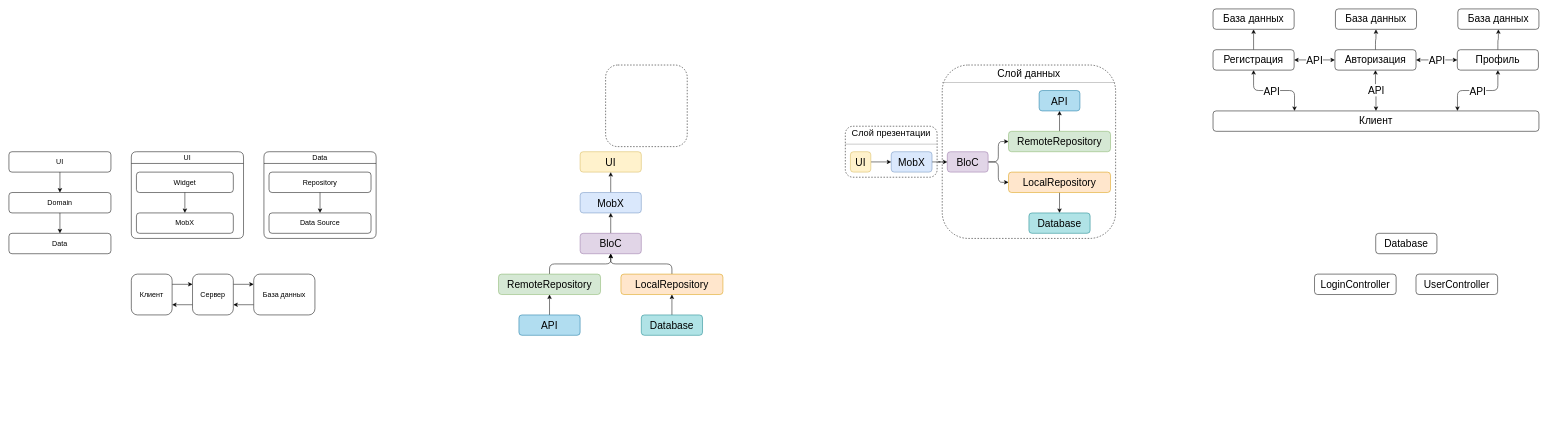
Above: thesis.drawio in ShiryaevNikolay/diagrams (draw.io), before the change. Source tidied: cells renumbered, new cells numbered last; positions are measured from the earlier drawing's top-left corner, leaving out a move shared by most shapes. Both pictures are drawn from the tidied source at 51%, with x=0, y=0 at pixel (9, 9).
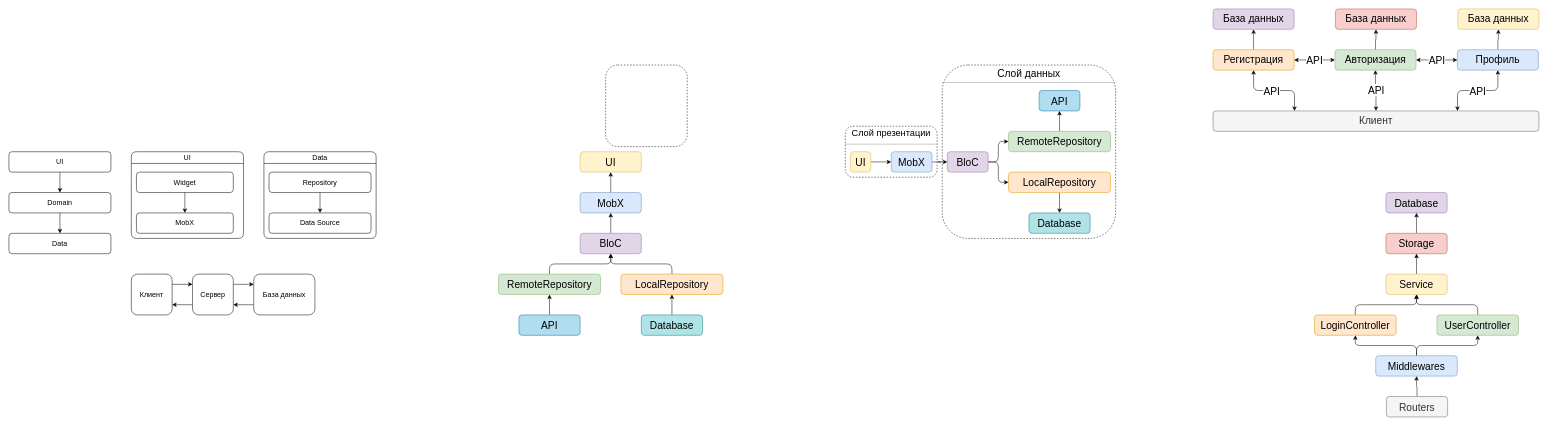
The same diagram, later.

What changed in the source:
```diff
@@
-    <mxCell id="55" value="&lt;font style=&quot;font-size: 20px;&quot;&gt;Регистрация&lt;/font&gt;" style="rounded=1;whiteSpace=wrap;html=1;fontSize=18;" parent="1" vertex="1">
+    <mxCell id="55" value="&lt;font style=&quot;font-size: 20px;&quot;&gt;Регистрация&lt;/font&gt;" style="rounded=1;whiteSpace=wrap;html=1;fontSize=18;fillColor=#ffe6cc;strokeColor=#d79b00;" parent="1" vertex="1">
       <mxGeometry x="2361" y="80" width="159" height="40" as="geometry" />
     </mxCell>
@@
-    <mxCell id="61" value="&lt;font style=&quot;font-size: 20px;&quot;&gt;Авторизация&lt;/font&gt;" style="rounded=1;whiteSpace=wrap;html=1;fontSize=18;" parent="1" vertex="1">
+    <mxCell id="61" value="&lt;font style=&quot;font-size: 20px;&quot;&gt;Авторизация&lt;/font&gt;" style="rounded=1;whiteSpace=wrap;html=1;fontSize=18;fillColor=#d5e8d4;strokeColor=#82b366;" parent="1" vertex="1">
       <mxGeometry x="2600" y="80" width="159" height="40" as="geometry" />
     </mxCell>
@@
-    <mxCell id="65" value="&lt;font style=&quot;font-size: 20px;&quot;&gt;Профиль&lt;/font&gt;" style="rounded=1;whiteSpace=wrap;html=1;fontSize=18;" parent="1" vertex="1">
+    <mxCell id="65" value="&lt;font style=&quot;font-size: 20px;&quot;&gt;Профиль&lt;/font&gt;" style="rounded=1;whiteSpace=wrap;html=1;fontSize=18;fillColor=#dae8fc;strokeColor=#6c8ebf;" parent="1" vertex="1">
       <mxGeometry x="2840" y="80" width="159" height="40" as="geometry" />
     </mxCell>
-    <mxCell id="66" value="&lt;font style=&quot;font-size: 20px;&quot;&gt;База данных&lt;/font&gt;" style="rounded=1;whiteSpace=wrap;html=1;fontSize=18;" parent="1" vertex="1">
+    <mxCell id="66" value="&lt;font style=&quot;font-size: 20px;&quot;&gt;База данных&lt;/font&gt;" style="rounded=1;whiteSpace=wrap;html=1;fontSize=18;fillColor=#e1d5e7;strokeColor=#9673a6;" parent="1" vertex="1">
       <mxGeometry x="2361" width="159" height="40" as="geometry" />
     </mxCell>
-    <mxCell id="67" value="&lt;font style=&quot;font-size: 20px;&quot;&gt;Клиент&lt;/font&gt;" style="rounded=1;whiteSpace=wrap;html=1;fontSize=18;" parent="1" vertex="1">
+    <mxCell id="67" value="&lt;font style=&quot;font-size: 20px;&quot;&gt;Клиент&lt;/font&gt;" style="rounded=1;whiteSpace=wrap;html=1;fontSize=18;fillColor=#f5f5f5;fontColor=#333333;strokeColor=#666666;" parent="1" vertex="1">
       <mxGeometry x="2361" y="200" width="639" height="40" as="geometry" />
     </mxCell>
-    <mxCell id="68" value="&lt;font style=&quot;font-size: 20px;&quot;&gt;База данных&lt;/font&gt;" style="rounded=1;whiteSpace=wrap;html=1;fontSize=18;" parent="1" vertex="1">
+    <mxCell id="68" value="&lt;font style=&quot;font-size: 20px;&quot;&gt;База данных&lt;/font&gt;" style="rounded=1;whiteSpace=wrap;html=1;fontSize=18;fillColor=#f8cecc;strokeColor=#b85450;" parent="1" vertex="1">
       <mxGeometry x="2601" width="159" height="40" as="geometry" />
     </mxCell>
-    <mxCell id="69" value="&lt;font style=&quot;font-size: 20px;&quot;&gt;База данных&lt;/font&gt;" style="rounded=1;whiteSpace=wrap;html=1;fontSize=18;" parent="1" vertex="1">
+    <mxCell id="69" value="&lt;font style=&quot;font-size: 20px;&quot;&gt;База данных&lt;/font&gt;" style="rounded=1;whiteSpace=wrap;html=1;fontSize=18;fillColor=#fff2cc;strokeColor=#d6b656;" parent="1" vertex="1">
       <mxGeometry x="2841" width="159" height="40" as="geometry" />
     </mxCell>
+    <mxCell id="73" style="edgeStyle=orthogonalEdgeStyle;rounded=1;jettySize=auto;html=1;entryX=0.5;entryY=1;entryDx=0;entryDy=0;fontSize=20;" parent="1" edge="1" source="70" target="81">
+      <mxGeometry relative="1" as="geometry" />
+    </mxCell>
-    <mxCell id="70" value="&lt;font style=&quot;font-size: 20px;&quot;&gt;Database&lt;/font&gt;" style="rounded=1;whiteSpace=wrap;html=1;" parent="1" vertex="1">
-      <mxGeometry x="2680" y="440" width="120" height="40" as="geometry" />
+    <mxCell id="70" value="&lt;font style=&quot;font-size: 20px;&quot;&gt;Storage&lt;/font&gt;" style="rounded=1;whiteSpace=wrap;html=1;fillColor=#f8cecc;strokeColor=#b85450;" parent="1" vertex="1">
+      <mxGeometry x="2700" y="440" width="120" height="40" as="geometry" />
     </mxCell>
+    <mxCell id="74" style="edgeStyle=orthogonalEdgeStyle;rounded=1;jettySize=auto;html=1;entryX=0.5;entryY=1;entryDx=0;entryDy=0;fontSize=20;" parent="1" edge="1" source="71" target="83">
+      <mxGeometry relative="1" as="geometry" />
+    </mxCell>
-    <mxCell id="71" value="&lt;font style=&quot;font-size: 20px;&quot;&gt;LoginController&lt;/font&gt;" style="rounded=1;whiteSpace=wrap;html=1;" parent="1" vertex="1">
-      <mxGeometry x="2560" y="520" width="160" height="40" as="geometry" />
+    <mxCell id="71" value="&lt;font style=&quot;font-size: 20px;&quot;&gt;LoginController&lt;/font&gt;" style="rounded=1;whiteSpace=wrap;html=1;fillColor=#ffe6cc;strokeColor=#d79b00;" parent="1" vertex="1">
+      <mxGeometry x="2560" y="600" width="160" height="40" as="geometry" />
     </mxCell>
+    <mxCell id="75" style="edgeStyle=orthogonalEdgeStyle;rounded=1;jettySize=auto;html=1;entryX=0.5;entryY=1;entryDx=0;entryDy=0;fontSize=20;" parent="1" edge="1" source="72" target="83">
+      <mxGeometry relative="1" as="geometry" />
+    </mxCell>
-    <mxCell id="72" value="&lt;font style=&quot;font-size: 20px;&quot;&gt;UserController&lt;/font&gt;" style="rounded=1;whiteSpace=wrap;html=1;" parent="1" vertex="1">
-      <mxGeometry x="2759" y="520" width="160" height="40" as="geometry" />
+    <mxCell id="72" value="&lt;font style=&quot;font-size: 20px;&quot;&gt;UserController&lt;/font&gt;" style="rounded=1;whiteSpace=wrap;html=1;fillColor=#d5e8d4;strokeColor=#82b366;" parent="1" vertex="1">
+      <mxGeometry x="2800" y="600" width="160" height="40" as="geometry" />
     </mxCell>
+    <mxCell id="76" style="edgeStyle=orthogonalEdgeStyle;rounded=1;jettySize=auto;html=1;entryX=0.5;entryY=1;entryDx=0;entryDy=0;fontSize=20;" parent="1" edge="1" source="77" target="80">
+      <mxGeometry relative="1" as="geometry" />
+    </mxCell>
+    <mxCell id="77" value="&lt;font style=&quot;font-size: 20px;&quot;&gt;Routers&lt;/font&gt;" style="rounded=1;whiteSpace=wrap;html=1;fillColor=#f5f5f5;fontColor=#333333;strokeColor=#666666;" parent="1" vertex="1">
+      <mxGeometry x="2701" y="760" width="120" height="40" as="geometry" />
+    </mxCell>
+    <mxCell id="78" style="edgeStyle=orthogonalEdgeStyle;rounded=1;jettySize=auto;html=1;entryX=0.5;entryY=1;entryDx=0;entryDy=0;fontSize=20;" parent="1" edge="1" source="80" target="72">
+      <mxGeometry relative="1" as="geometry" />
+    </mxCell>
+    <mxCell id="79" style="edgeStyle=orthogonalEdgeStyle;rounded=1;jettySize=auto;html=1;entryX=0.5;entryY=1;entryDx=0;entryDy=0;fontSize=20;" parent="1" edge="1" source="80" target="71">
+      <mxGeometry relative="1" as="geometry" />
+    </mxCell>
+    <mxCell id="80" value="&lt;font style=&quot;font-size: 20px;&quot;&gt;Middlewares&lt;/font&gt;" style="rounded=1;whiteSpace=wrap;html=1;fillColor=#dae8fc;strokeColor=#6c8ebf;" parent="1" vertex="1">
+      <mxGeometry x="2680" y="680" width="160" height="40" as="geometry" />
+    </mxCell>
+    <mxCell id="81" value="&lt;font style=&quot;font-size: 20px;&quot;&gt;Database&lt;/font&gt;" style="rounded=1;whiteSpace=wrap;html=1;fillColor=#e1d5e7;strokeColor=#9673a6;" parent="1" vertex="1">
+      <mxGeometry x="2700" y="360" width="120" height="40" as="geometry" />
+    </mxCell>
+    <mxCell id="82" style="edgeStyle=orthogonalEdgeStyle;rounded=1;jettySize=auto;html=1;entryX=0.5;entryY=1;entryDx=0;entryDy=0;fontSize=20;" parent="1" edge="1" source="83" target="70">
+      <mxGeometry relative="1" as="geometry" />
+    </mxCell>
+    <mxCell id="83" value="&lt;font style=&quot;font-size: 20px;&quot;&gt;Service&lt;/font&gt;" style="rounded=1;whiteSpace=wrap;html=1;fillColor=#fff2cc;strokeColor=#d6b656;" parent="1" vertex="1">
+      <mxGeometry x="2700" y="520" width="120" height="40" as="geometry" />
+    </mxCell>
```
